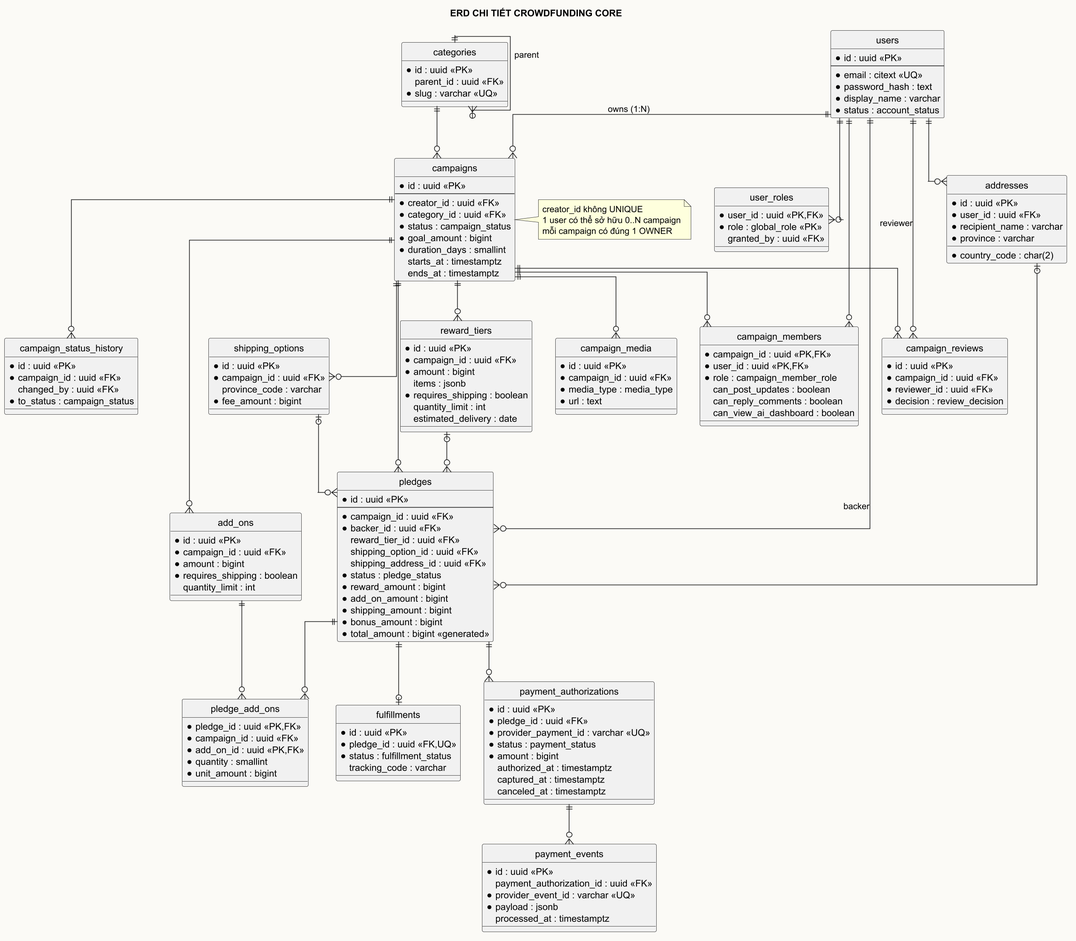
Before: apps/web/public/diagrams/erd-core.png, a diagram exported from PlantUML (nguyennhutthanh813/crowdfunding_platform).
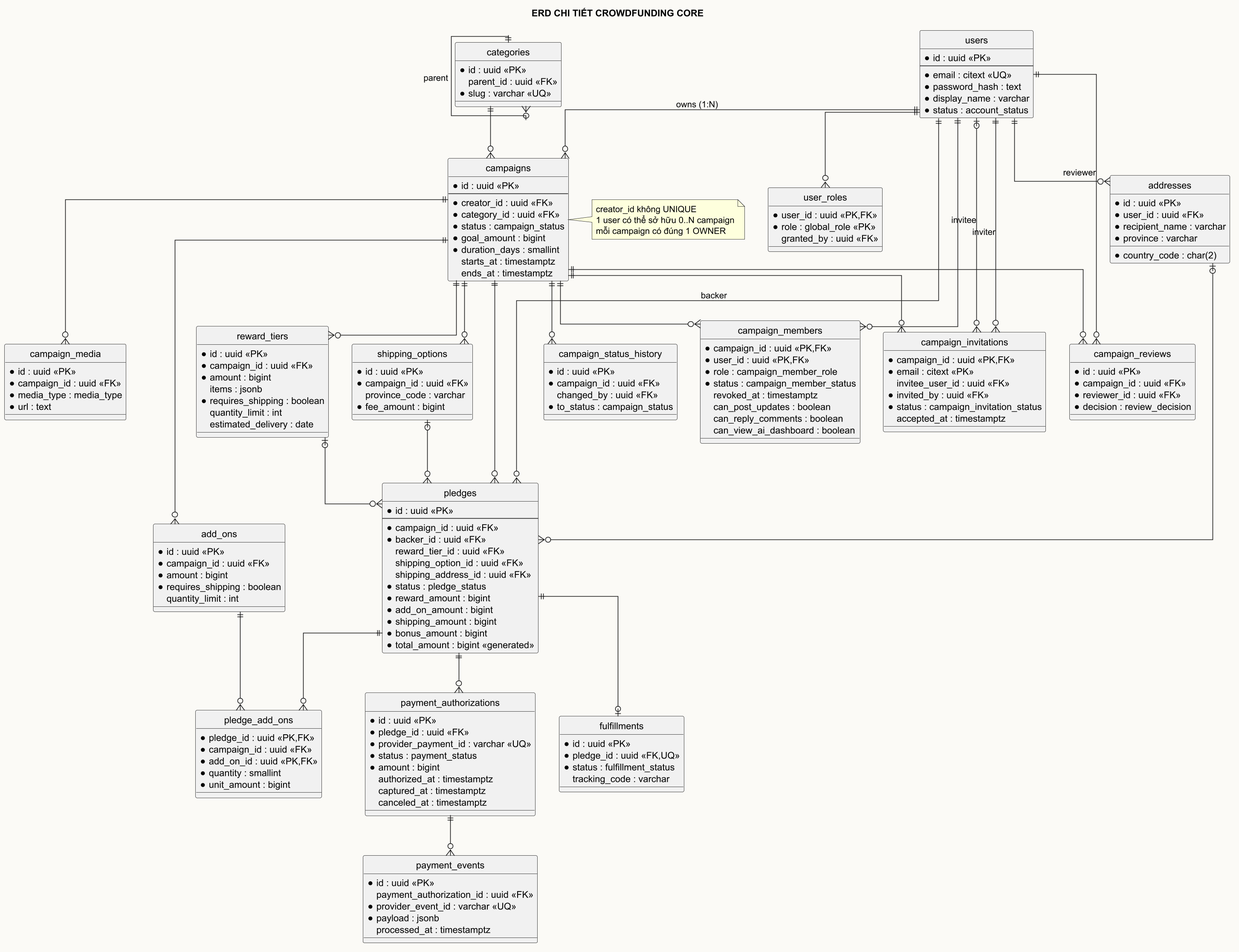
The same diagram one commit later.

The edit, as a diff of the source:
```diff
@@ -41,9 +41,19 @@
   * campaign_id : uuid <<PK,FK>>
   * user_id : uuid <<PK,FK>>
   * role : campaign_member_role
+  * status : campaign_member_status
+  revoked_at : timestamptz
   can_post_updates : boolean
   can_reply_comments : boolean
   can_view_ai_dashboard : boolean
+}
+entity campaign_invitations {
+  * campaign_id : uuid <<PK,FK>>
+  * email : citext <<PK>>
+  invitee_user_id : uuid <<FK>>
+  * invited_by : uuid <<FK>>
+  * status : campaign_invitation_status
+  accepted_at : timestamptz
 }
 entity campaign_media {
   * id : uuid <<PK>>
@@ -144,6 +154,9 @@
 categories ||--o{ campaigns
 campaigns ||--o{ campaign_members
 users ||--o{ campaign_members
+campaigns ||--o{ campaign_invitations
+users |o--o{ campaign_invitations : invitee
+users ||--o{ campaign_invitations : inviter
 campaigns ||--o{ campaign_media
 campaigns ||--o{ reward_tiers
 campaigns ||--o{ add_ons
```
